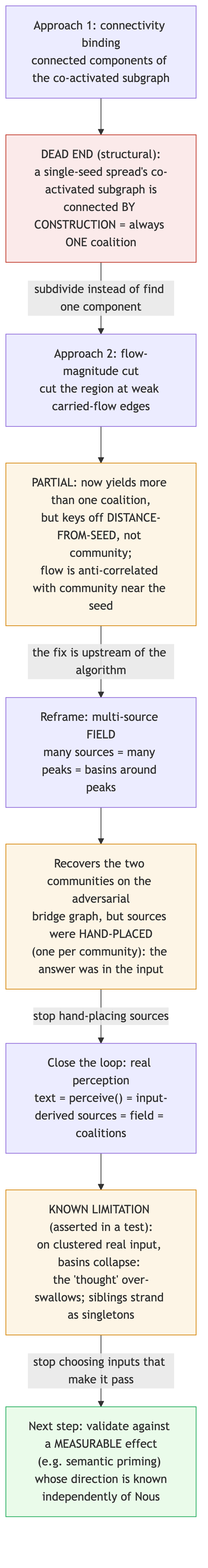
The Mermaid diagram docs/diagrams/rendered/cognitive_evolution.png in cagancaliskan/psyche, before a commit. Its source is kept beside it as docs/diagrams/cognitive_evolution.mmd.
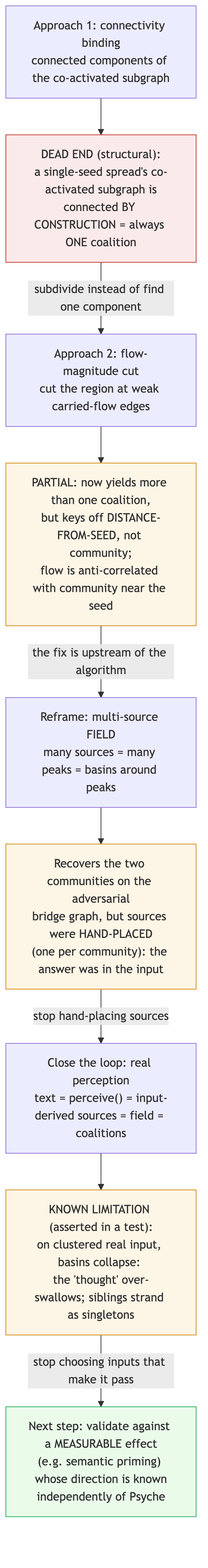
The same file after the commit.

Change to the diagram source:
```diff
@@ -7,7 +7,7 @@
     C_ok["Recovers the two communities on the adversarial<br/>bridge graph, but sources were HAND-PLACED<br/>(one per community): the answer was in the input"]
     D["Close the loop: real perception<br/>text = perceive() = input-derived sources = field = coalitions"]
     D_known["KNOWN LIMITATION (asserted in a test):<br/>on clustered real input, basins collapse: <br/>the 'thought' over-swallows; siblings strand as singletons"]
-    next["Next step: validate against a MEASURABLE effect<br/>(e.g. semantic priming) whose direction is known<br/>independently of Nous"]
+    next["Next step: validate against a MEASURABLE effect<br/>(e.g. semantic priming) whose direction is known<br/>independently of Psyche"]
 
     A --> A_fail -->|"subdivide instead of find one component"| B
     B --> B_part -->|"the fix is upstream of the algorithm"| C
```
